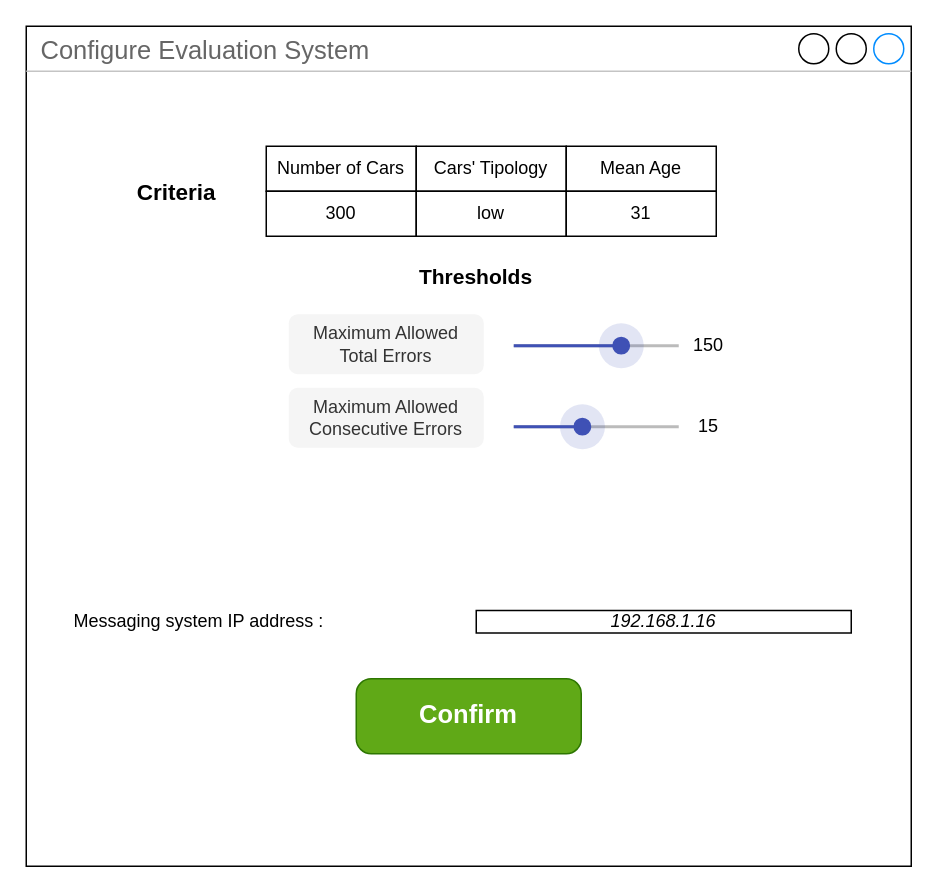
BaffoBello14/AutomaticDamagesRecognition keeps this draw.io diagram as configure/evaluation system (JACO)/evaluation_system.drawio. Above is the earlier version. Source tidied: cells renumbered, new cells numbered last; positions are measured from the earlier drawing's top-left corner, leaving out a move shared by most shapes. Both pictures are drawn from the tidied source at 150%, with x=0, y=0 at pixel (26, 26).
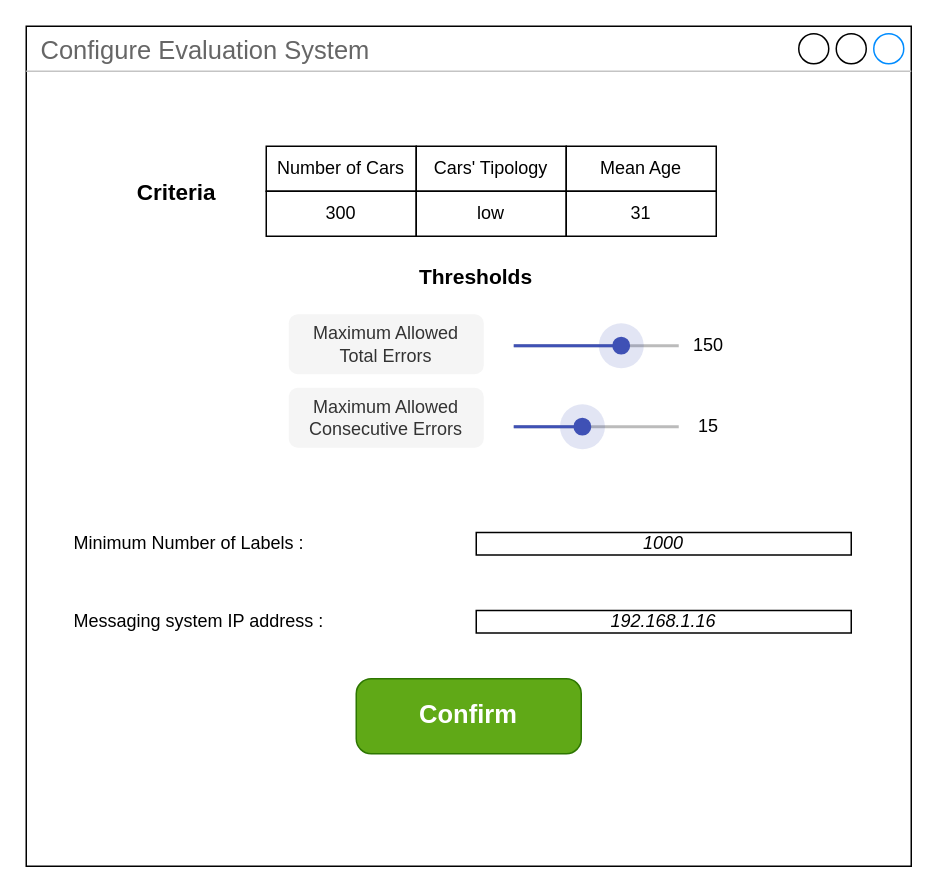
Above is the later version.

Commit message:
Add minimum number of labels criteria

Change to the diagram source:
```diff
@@
+    <mxCell id="22" value="Minimum Number of Labels :" style="text;html=1;strokeColor=none;fillColor=none;align=left;verticalAlign=middle;whiteSpace=wrap;rounded=0;" parent="1" vertex="1">
+      <mxGeometry x="30" y="330" width="210" height="30" as="geometry" />
+    </mxCell>
+    <mxCell id="23" value="&lt;i style=&quot;border-color: var(--border-color);&quot;&gt;&lt;font style=&quot;border-color: var(--border-color);&quot;&gt;1000&lt;/font&gt;&lt;/i&gt;" style="rounded=0;whiteSpace=wrap;html=1;fontColor=#000000;" parent="1" vertex="1">
+      <mxGeometry x="300" y="337.5" width="250" height="15" as="geometry" />
+    </mxCell>
```
